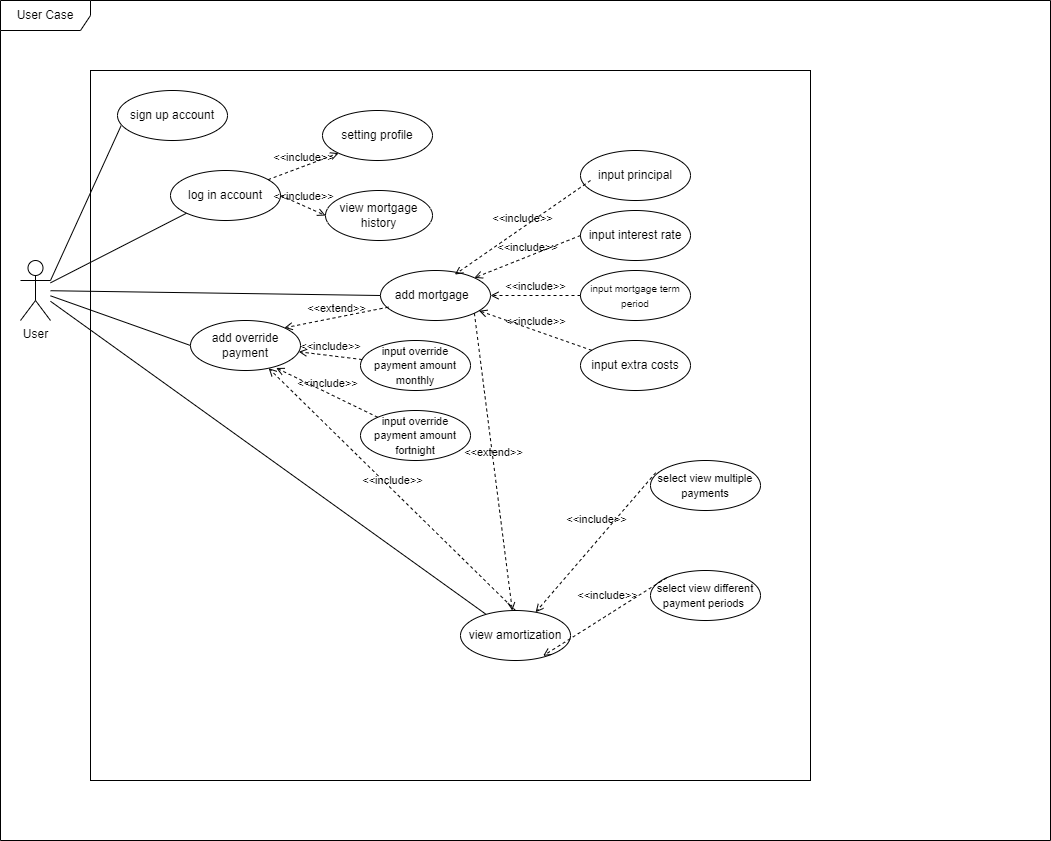
The draw.io diagram Design/usercase.png in KatherineMulder/ITPR7.508-Business-Application-Programming-Semester-One-2024, before a commit. Source tidied: cells renumbered, new cells last; positions are measured from the earlier drawing's top-left corner, leaving out a move shared by most shapes.
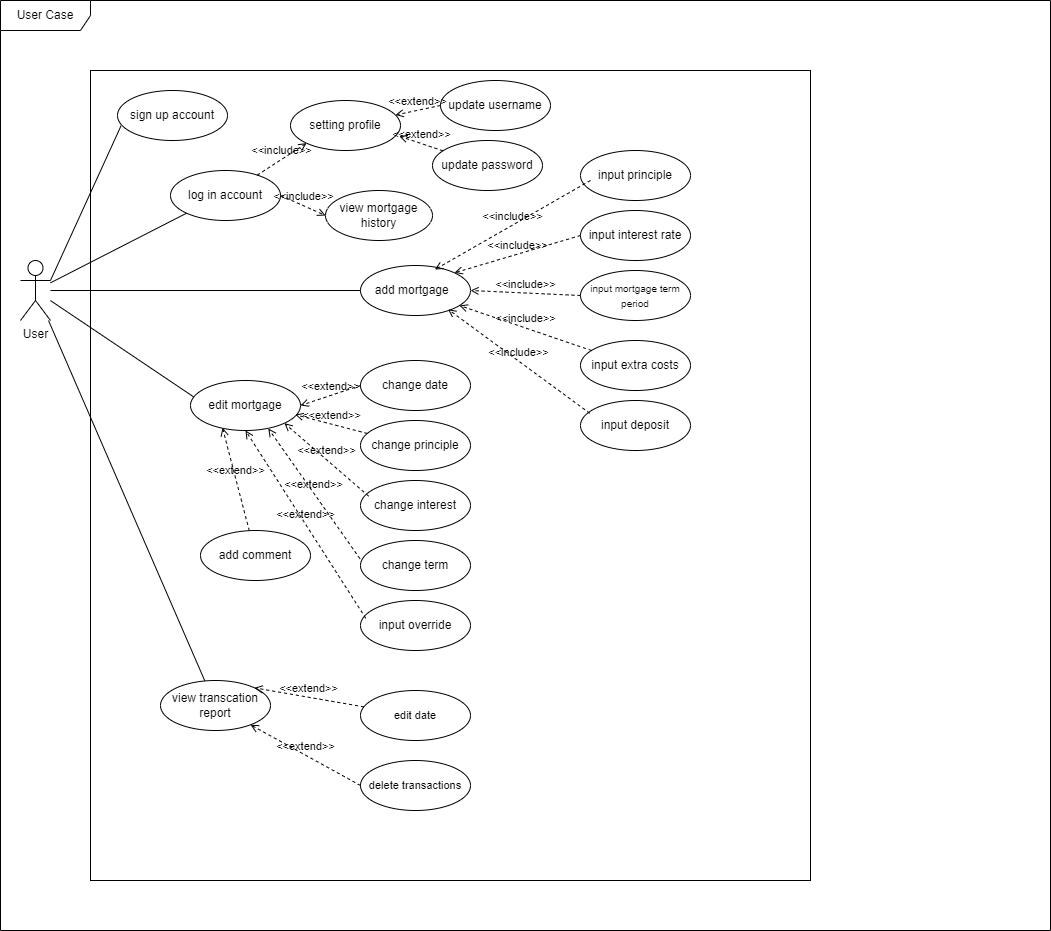
The same file after the commit.

The edit, as a diff of the source:
```diff
@@ -3,7 +3,7 @@
     <mxCell id="0" />
     <mxCell id="1" parent="0" />
     <mxCell id="2" style="rounded=0;whiteSpace=wrap;html=1;" parent="1" vertex="1">
-      <mxGeometry x="90" y="70" width="720" height="710" as="geometry" />
+      <mxGeometry x="90" y="70" width="720" height="810" as="geometry" />
     </mxCell>
     <mxCell id="3" style="rounded=0;jettySize=auto;html=1;endArrow=none;endFill=0;entryX=0;entryY=1;entryDx=0;entryDy=0;" parent="1" edge="1" source="8" target="9">
       <mxGeometry relative="1" as="geometry" />
@@ -14,7 +14,7 @@
     <mxCell id="5" style="rounded=0;jettySize=auto;html=1;entryX=0;entryY=0.5;entryDx=0;entryDy=0;endArrow=none;endFill=0;" parent="1" edge="1" source="8" target="10">
       <mxGeometry relative="1" as="geometry" />
     </mxCell>
-    <mxCell id="6" style="rounded=0;jettySize=auto;html=1;entryX=0;entryY=0.5;entryDx=0;entryDy=0;endArrow=none;endFill=0;" parent="1" edge="1" source="8" target="26">
+    <mxCell id="6" style="rounded=0;jettySize=auto;html=1;entryX=0.031;entryY=0.331;entryDx=0;entryDy=0;endArrow=none;endFill=0;entryPerimeter=0;" parent="1" edge="1" source="8" target="45">
       <mxGeometry relative="1" as="geometry" />
     </mxCell>
     <mxCell id="7" style="rounded=0;jettySize=auto;html=1;endArrow=none;endFill=0;" parent="1" edge="1" source="8" target="28">
@@ -27,15 +27,15 @@
       <mxGeometry x="170" y="170" width="110" height="50" as="geometry" />
     </mxCell>
     <mxCell id="10" value="add mortgage&amp;nbsp;&amp;nbsp;" style="ellipse;whiteSpace=wrap;html=1;" parent="1" vertex="1">
-      <mxGeometry x="380" y="270" width="110" height="50" as="geometry" />
+      <mxGeometry x="360" y="265" width="110" height="50" as="geometry" />
     </mxCell>
     <mxCell id="11" value="view mortgage history" style="ellipse;whiteSpace=wrap;html=1;" parent="1" vertex="1">
       <mxGeometry x="325" y="190" width="107" height="50" as="geometry" />
     </mxCell>
     <mxCell id="12" value="User Case" style="shape=umlFrame;whiteSpace=wrap;html=1;width=90;height=30;" parent="1" vertex="1">
-      <mxGeometry width="1050" height="840" as="geometry" />
+      <mxGeometry width="1050" height="930" as="geometry" />
     </mxCell>
-    <mxCell id="13" value="input principal" style="ellipse;whiteSpace=wrap;html=1;" parent="1" vertex="1">
+    <mxCell id="13" value="input principle" style="ellipse;whiteSpace=wrap;html=1;" parent="1" vertex="1">
       <mxGeometry x="580" y="150" width="110" height="50" as="geometry" />
     </mxCell>
     <mxCell id="14" value="input interest rate" style="ellipse;whiteSpace=wrap;html=1;" parent="1" vertex="1">
@@ -71,49 +71,82 @@
       <mxGeometry relative="1" as="geometry" />
     </mxCell>
     <mxCell id="24" value="setting profile" style="ellipse;whiteSpace=wrap;html=1;" parent="1" vertex="1">
-      <mxGeometry x="322" y="110" width="110" height="50" as="geometry" />
+      <mxGeometry x="290" y="100" width="110" height="50" as="geometry" />
     </mxCell>
     <mxCell id="25" value="&amp;lt;&amp;lt;include&amp;gt;&amp;gt;" style="html=1;verticalAlign=bottom;labelBackgroundColor=none;endArrow=open;endFill=0;dashed=1;rounded=0;entryX=0;entryY=1;entryDx=0;entryDy=0;" parent="1" edge="1" source="9" target="24">
       <mxGeometry relative="1" as="geometry" />
     </mxCell>
-    <mxCell id="26" value="add override payment" style="ellipse;whiteSpace=wrap;html=1;" parent="1" vertex="1">
-      <mxGeometry x="190" y="320" width="110" height="50" as="geometry" />
-    </mxCell>
-    <mxCell id="27" value="&lt;font style=&quot;font-size: 11px;&quot;&gt;input override payment amount fortnight&lt;/font&gt;" style="ellipse;whiteSpace=wrap;html=1;" parent="1" vertex="1">
-      <mxGeometry x="360" y="410" width="110" height="50" as="geometry" />
-    </mxCell>
-    <mxCell id="28" value="view amortization" style="ellipse;whiteSpace=wrap;html=1;" parent="1" vertex="1">
-      <mxGeometry x="460" y="610" width="110" height="50" as="geometry" />
+    <mxCell id="28" value="view transcation report" style="ellipse;whiteSpace=wrap;html=1;" parent="1" vertex="1">
+      <mxGeometry x="160" y="680" width="110" height="50" as="geometry" />
     </mxCell>
-    <mxCell id="29" value="&lt;font style=&quot;font-size: 11px;&quot;&gt;select view multiple payments&lt;/font&gt;" style="ellipse;whiteSpace=wrap;html=1;" parent="1" vertex="1">
-      <mxGeometry x="650" y="460" width="110" height="50" as="geometry" />
+    <mxCell id="29" value="&lt;font style=&quot;font-size: 11px;&quot;&gt;edit date&lt;/font&gt;" style="ellipse;whiteSpace=wrap;html=1;" parent="1" vertex="1">
+      <mxGeometry x="360" y="690" width="110" height="50" as="geometry" />
     </mxCell>
+    <mxCell id="32" value="&lt;span style=&quot;font-size: 11px;&quot;&gt;delete transactions&lt;/span&gt;" style="ellipse;whiteSpace=wrap;html=1;" parent="1" vertex="1">
+      <mxGeometry x="360" y="760" width="110" height="50" as="geometry" />
+    </mxCell>
+    <mxCell id="39" value="update username" style="ellipse;whiteSpace=wrap;html=1;" parent="1" vertex="1">
+      <mxGeometry x="440" y="80" width="110" height="50" as="geometry" />
+    </mxCell>
+    <mxCell id="40" value="update password" style="ellipse;whiteSpace=wrap;html=1;" parent="1" vertex="1">
+      <mxGeometry x="432" y="140" width="110" height="50" as="geometry" />
+    </mxCell>
+    <mxCell id="41" value="&amp;lt;&amp;lt;extend&amp;gt;&amp;gt;" style="html=1;verticalAlign=bottom;labelBackgroundColor=none;endArrow=open;endFill=0;dashed=1;rounded=0;exitX=0;exitY=0.5;exitDx=0;exitDy=0;" parent="1" edge="1" source="39" target="24">
+      <mxGeometry relative="1" as="geometry" />
+    </mxCell>
+    <mxCell id="42" value="&amp;lt;&amp;lt;extend&amp;gt;&amp;gt;" style="html=1;verticalAlign=bottom;labelBackgroundColor=none;endArrow=open;endFill=0;dashed=1;rounded=0;entryX=0.988;entryY=0.713;entryDx=0;entryDy=0;entryPerimeter=0;" parent="1" edge="1" source="40" target="24">
+      <mxGeometry relative="1" as="geometry" />
+    </mxCell>
+    <mxCell id="43" value="input deposit" style="ellipse;whiteSpace=wrap;html=1;" parent="1" vertex="1">
+      <mxGeometry x="580" y="400" width="110" height="50" as="geometry" />
+    </mxCell>
+    <mxCell id="44" value="&amp;lt;&amp;lt;include&amp;gt;&amp;gt;" style="html=1;verticalAlign=bottom;labelBackgroundColor=none;endArrow=open;endFill=0;dashed=1;rounded=0;exitX=0.084;exitY=0.255;exitDx=0;exitDy=0;entryX=0.795;entryY=0.875;entryDx=0;entryDy=0;entryPerimeter=0;exitPerimeter=0;" parent="1" edge="1" source="43" target="10">
+      <mxGeometry relative="1" as="geometry" />
+    </mxCell>
+    <mxCell id="45" value="edit mortgage" style="ellipse;whiteSpace=wrap;html=1;" parent="1" vertex="1">
+      <mxGeometry x="190" y="380" width="110" height="50" as="geometry" />
+    </mxCell>
+    <mxCell id="46" value="change date" style="ellipse;whiteSpace=wrap;html=1;" parent="1" vertex="1">
+      <mxGeometry x="360" y="360" width="110" height="50" as="geometry" />
+    </mxCell>
+    <mxCell id="47" value="change principle" style="ellipse;whiteSpace=wrap;html=1;" parent="1" vertex="1">
+      <mxGeometry x="360" y="420" width="110" height="50" as="geometry" />
+    </mxCell>
+    <mxCell id="48" value="change interest" style="ellipse;whiteSpace=wrap;html=1;" parent="1" vertex="1">
+      <mxGeometry x="360" y="480" width="110" height="50" as="geometry" />
+    </mxCell>
+    <mxCell id="49" value="change term" style="ellipse;whiteSpace=wrap;html=1;" parent="1" vertex="1">
+      <mxGeometry x="360" y="540" width="110" height="50" as="geometry" />
+    </mxCell>
+    <mxCell id="50" value="input override" style="ellipse;whiteSpace=wrap;html=1;" parent="1" vertex="1">
+      <mxGeometry x="360" y="600" width="110" height="50" as="geometry" />
+    </mxCell>
+    <mxCell id="51" value="&amp;lt;&amp;lt;extend&amp;gt;&amp;gt;" style="html=1;verticalAlign=bottom;labelBackgroundColor=none;endArrow=open;endFill=0;dashed=1;rounded=0;exitX=0;exitY=0.5;exitDx=0;exitDy=0;entryX=1;entryY=0.5;entryDx=0;entryDy=0;" parent="1" edge="1" source="46" target="45">
+      <mxGeometry relative="1" as="geometry" />
+    </mxCell>
+    <mxCell id="52" value="&amp;lt;&amp;lt;extend&amp;gt;&amp;gt;" style="html=1;verticalAlign=bottom;labelBackgroundColor=none;endArrow=open;endFill=0;dashed=1;rounded=0;entryX=0.952;entryY=0.684;entryDx=0;entryDy=0;entryPerimeter=0;" parent="1" edge="1" source="47" target="45">
+      <mxGeometry relative="1" as="geometry" />
+    </mxCell>
+    <mxCell id="53" value="&amp;lt;&amp;lt;extend&amp;gt;&amp;gt;" style="html=1;verticalAlign=bottom;labelBackgroundColor=none;endArrow=open;endFill=0;dashed=1;rounded=0;entryX=1;entryY=1;entryDx=0;entryDy=0;exitX=0.074;exitY=0.313;exitDx=0;exitDy=0;exitPerimeter=0;" parent="1" edge="1" source="48" target="45">
+      <mxGeometry relative="1" as="geometry" />
+    </mxCell>
+    <mxCell id="54" value="&amp;lt;&amp;lt;extend&amp;gt;&amp;gt;" style="html=1;verticalAlign=bottom;labelBackgroundColor=none;endArrow=open;endFill=0;dashed=1;rounded=0;entryX=0.707;entryY=0.96;entryDx=0;entryDy=0;exitX=-0.005;exitY=0.364;exitDx=0;exitDy=0;exitPerimeter=0;entryPerimeter=0;" parent="1" edge="1" source="49" target="45">
+      <mxGeometry relative="1" as="geometry" />
+    </mxCell>
+    <mxCell id="55" value="&amp;lt;&amp;lt;extend&amp;gt;&amp;gt;" style="html=1;verticalAlign=bottom;labelBackgroundColor=none;endArrow=open;endFill=0;dashed=1;rounded=0;entryX=0.5;entryY=1;entryDx=0;entryDy=0;exitX=0.048;exitY=0.356;exitDx=0;exitDy=0;exitPerimeter=0;" parent="1" edge="1" source="50" target="45">
+      <mxGeometry relative="1" as="geometry" />
+    </mxCell>
+    <mxCell id="56" value="add comment" style="ellipse;whiteSpace=wrap;html=1;" parent="1" vertex="1">
+      <mxGeometry x="200" y="530" width="110" height="50" as="geometry" />
+    </mxCell>
+    <mxCell id="57" value="&amp;lt;&amp;lt;extend&amp;gt;&amp;gt;" style="html=1;verticalAlign=bottom;labelBackgroundColor=none;endArrow=open;endFill=0;dashed=1;rounded=0;entryX=0.291;entryY=0.945;entryDx=0;entryDy=0;entryPerimeter=0;" parent="1" edge="1" source="56" target="45">
+      <mxGeometry relative="1" as="geometry" />
+    </mxCell>
-    <mxCell id="30" value="&amp;lt;&amp;lt;include&amp;gt;&amp;gt;" style="html=1;verticalAlign=bottom;labelBackgroundColor=none;endArrow=open;endFill=0;dashed=1;rounded=0;exitX=0.047;exitY=0.245;exitDx=0;exitDy=0;exitPerimeter=0;" parent="1" edge="1" source="29" target="28">
-      <mxGeometry x="-0.12" y="-9" relative="1" as="geometry" />
+    <mxCell id="30" value="&amp;lt;&amp;lt;extend&amp;gt;&amp;gt;" style="html=1;verticalAlign=bottom;labelBackgroundColor=none;endArrow=open;endFill=0;dashed=1;rounded=0;entryX=1;entryY=0;entryDx=0;entryDy=0;" parent="1" edge="1" source="29" target="28">
+      <mxGeometry relative="1" as="geometry" />
     </mxCell>
-    <mxCell id="31" value="&amp;lt;&amp;lt;include&amp;gt;&amp;gt;" style="html=1;verticalAlign=bottom;labelBackgroundColor=none;endArrow=open;endFill=0;dashed=1;rounded=0;exitX=0.5;exitY=0;exitDx=0;exitDy=0;" parent="1" edge="1" source="28" target="26">
-      <mxGeometry relative="1" as="geometry" />
-    </mxCell>
-    <mxCell id="32" value="&lt;font style=&quot;font-size: 11px;&quot;&gt;select view different payment periods&amp;nbsp;&lt;/font&gt;" style="ellipse;whiteSpace=wrap;html=1;" parent="1" vertex="1">
-      <mxGeometry x="650" y="570" width="110" height="50" as="geometry" />
-    </mxCell>
-    <mxCell id="33" value="&amp;lt;&amp;lt;include&amp;gt;&amp;gt;" style="html=1;verticalAlign=bottom;labelBackgroundColor=none;endArrow=open;endFill=0;dashed=1;rounded=0;exitX=0;exitY=0;exitDx=0;exitDy=0;entryX=0.751;entryY=0.907;entryDx=0;entryDy=0;entryPerimeter=0;" parent="1" edge="1" source="32" target="28">
-      <mxGeometry x="-0.12" y="-9" relative="1" as="geometry" />
+    <mxCell id="33" value="&amp;lt;&amp;lt;extend&amp;gt;&amp;gt;" style="html=1;verticalAlign=bottom;labelBackgroundColor=none;endArrow=open;endFill=0;dashed=1;rounded=0;exitX=0;exitY=0.5;exitDx=0;exitDy=0;" parent="1" edge="1" source="32" target="28">
+      <mxGeometry relative="1" as="geometry" />
     </mxCell>
-    <mxCell id="34" value="&lt;font style=&quot;font-size: 11px;&quot;&gt;input override payment amount monthly&lt;/font&gt;" style="ellipse;whiteSpace=wrap;html=1;" parent="1" vertex="1">
-      <mxGeometry x="360" y="340" width="110" height="50" as="geometry" />
-    </mxCell>
-    <mxCell id="35" value="&amp;lt;&amp;lt;include&amp;gt;&amp;gt;" style="html=1;verticalAlign=bottom;labelBackgroundColor=none;endArrow=open;endFill=0;dashed=1;rounded=0;" parent="1" edge="1" source="34" target="26">
-      <mxGeometry relative="1" as="geometry" />
-    </mxCell>
-    <mxCell id="36" value="&amp;lt;&amp;lt;include&amp;gt;&amp;gt;" style="html=1;verticalAlign=bottom;labelBackgroundColor=none;endArrow=open;endFill=0;dashed=1;rounded=0;entryX=0.779;entryY=0.949;entryDx=0;entryDy=0;entryPerimeter=0;" parent="1" edge="1" source="27" target="26">
-      <mxGeometry relative="1" as="geometry" />
-    </mxCell>
-    <mxCell id="37" value="&amp;lt;&amp;lt;extend&amp;gt;&amp;gt;" style="html=1;verticalAlign=bottom;labelBackgroundColor=none;endArrow=open;endFill=0;dashed=1;rounded=0;entryX=1;entryY=0;entryDx=0;entryDy=0;exitX=0.072;exitY=0.733;exitDx=0;exitDy=0;exitPerimeter=0;" parent="1" edge="1" source="10" target="26">
-      <mxGeometry relative="1" as="geometry" />
-    </mxCell>
-    <mxCell id="38" value="&amp;lt;&amp;lt;extend&amp;gt;&amp;gt;" style="html=1;verticalAlign=bottom;labelBackgroundColor=none;endArrow=open;endFill=0;dashed=1;rounded=0;exitX=1;exitY=1;exitDx=0;exitDy=0;" parent="1" edge="1" source="10" target="28">
-      <mxGeometry relative="1" as="geometry" />
-    </mxCell>
   </root>
 </mxGraphModel>
```
